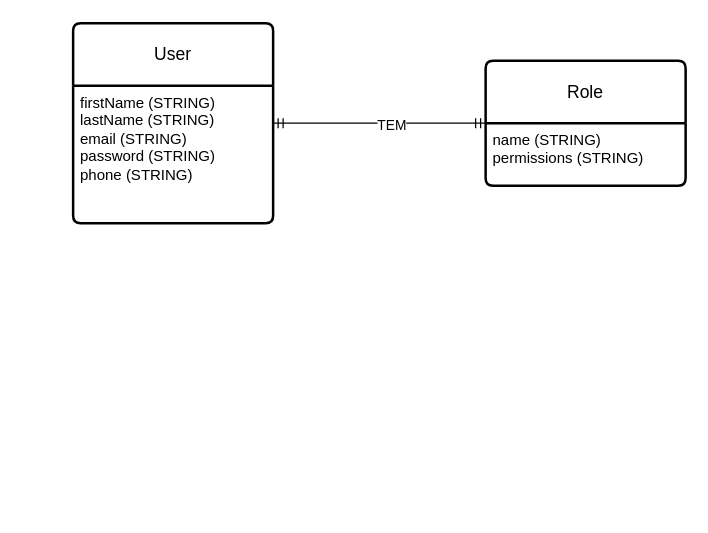
Above: DOCS/Modelo Conceitual.drawio in Navelogic/HoneyMoney (draw.io), before the change. Source tidied: cells renumbered, new cells numbered last; positions are measured from the earlier drawing's top-left corner, leaving out a move shared by most shapes. Both pictures are drawn from the tidied source at 125%, with x=0, y=0 at pixel (72, 22).
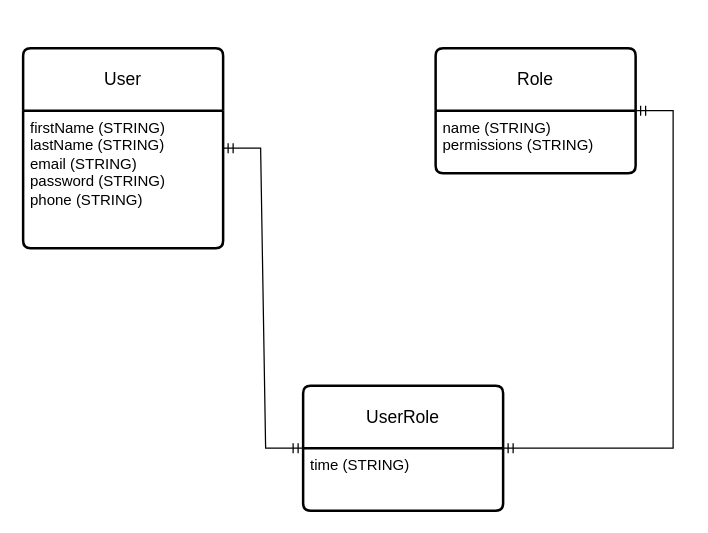
Above is the later version.

The edit, as a diff of the source:
```diff
@@
 <mxGraphModel>
   <root>
     <mxCell id="0" />
     <mxCell id="1" parent="0" />
     <mxCell id="2" value="User" style="swimlane;horizontal=1;startSize=50;rounded=1;fontSize=14;fontStyle=0;strokeWidth=2;shadow=0;dashed=0;align=center;arcSize=4;whiteSpace=wrap;html=1;" parent="1" vertex="1">
-      <mxGeometry width="160" height="160" as="geometry" />
+      <mxGeometry x="-40" y="20" width="160" height="160" as="geometry" />
     </mxCell>
     <mxCell id="3" value="firstName (STRING)&lt;br&gt;lastName (STRING)&lt;br&gt;email (STRING)&lt;br&gt;password (STRING)&lt;br&gt;phone (STRING)" style="align=left;strokeColor=none;fillColor=none;spacingLeft=4;fontSize=12;verticalAlign=top;html=1;" parent="2" vertex="1">
       <mxGeometry y="50" width="160" height="110" as="geometry" />
     </mxCell>
     <mxCell id="4" value="Role" style="swimlane;horizontal=1;startSize=50;rounded=1;fontSize=14;fontStyle=0;strokeWidth=2;shadow=0;dashed=0;align=center;arcSize=4;whiteSpace=wrap;html=1;" parent="1" vertex="1">
-      <mxGeometry x="330" y="30" width="160" height="100" as="geometry" />
+      <mxGeometry x="290" y="20" width="160" height="100" as="geometry" />
     </mxCell>
     <mxCell id="5" value="name (STRING)&lt;br&gt;permissions (STRING)" style="align=left;strokeColor=none;fillColor=none;spacingLeft=4;fontSize=12;verticalAlign=top;html=1;" parent="4" vertex="1">
       <mxGeometry y="50" width="160" height="50" as="geometry" />
     </mxCell>
-    <mxCell id="6" style="edgeStyle=entityRelationEdgeStyle;fontSize=12;html=1;endArrow=ERmandOne;startArrow=ERmandOne;rounded=0;" parent="1" edge="1" source="2" target="4">
+    <mxCell id="6" style="edgeStyle=entityRelationEdgeStyle;fontSize=12;html=1;endArrow=ERmandOne;startArrow=ERmandOne;rounded=0;" parent="1" edge="1" source="2" target="8">
       <mxGeometry relative="1" as="geometry" />
     </mxCell>
-    <mxCell id="7" value="TEM" style="edgeLabel;html=1;align=center;verticalAlign=middle;" parent="6" vertex="1">
-      <mxGeometry x="0.11" y="-1" relative="1" as="geometry" />
-    </mxCell>
+    <mxCell id="8" value="UserRole" style="swimlane;horizontal=1;startSize=50;rounded=1;fontSize=14;fontStyle=0;strokeWidth=2;shadow=0;dashed=0;align=center;arcSize=4;whiteSpace=wrap;html=1;" parent="1" vertex="1">
+      <mxGeometry x="184" y="290" width="160" height="100" as="geometry" />
+    </mxCell>
+    <mxCell id="9" value="time (STRING)" style="align=left;strokeColor=none;fillColor=none;spacingLeft=4;fontSize=12;verticalAlign=top;html=1;" parent="8" vertex="1">
+      <mxGeometry y="50" width="160" height="50" as="geometry" />
+    </mxCell>
+    <mxCell id="10" style="edgeStyle=entityRelationEdgeStyle;fontSize=12;html=1;endArrow=ERmandOne;startArrow=ERmandOne;rounded=0;" parent="1" edge="1" source="8" target="4">
+      <mxGeometry relative="1" as="geometry" />
+    </mxCell>
   </root>
 </mxGraphModel>
```
